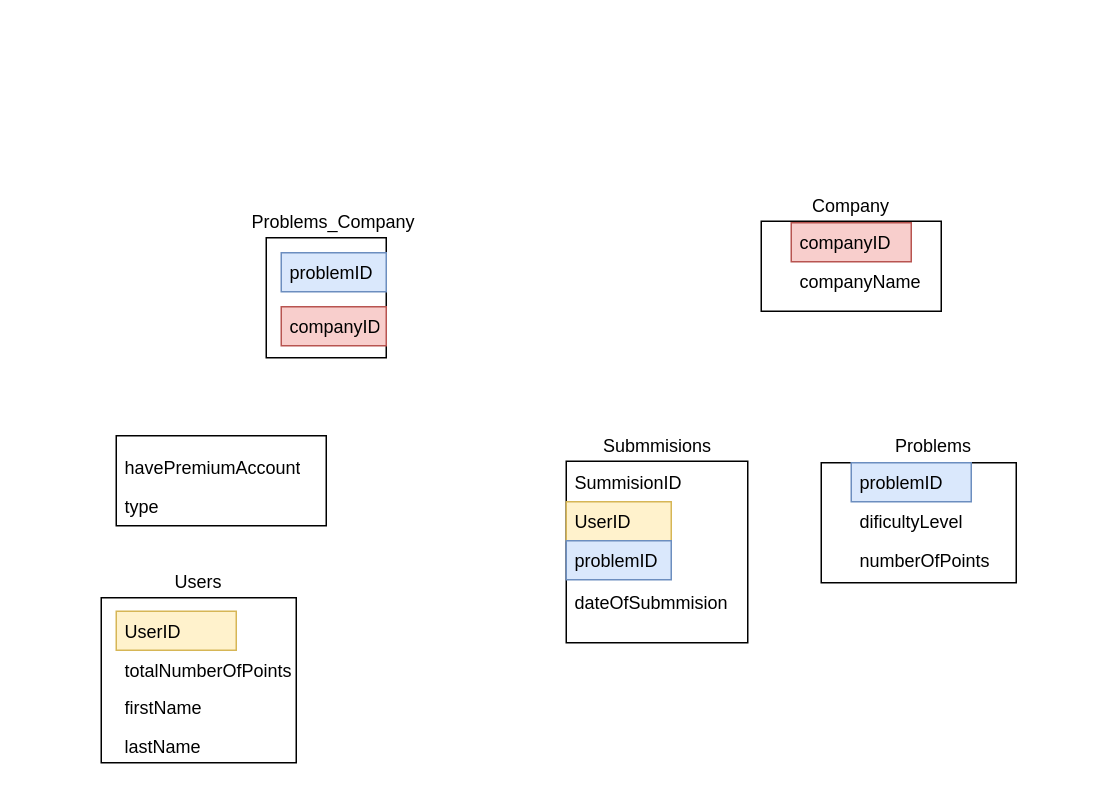
The draw.io diagram src/main/resources/db/Untitled Diagram.drawio in RazvanAndreescu/FinalProject, before the edit. Source tidied: cells renumbered, new cells numbered last; positions are measured from the earlier drawing's top-left corner, leaving out a move shared by most shapes. Both pictures are drawn from the tidied source at 150%, with x=0, y=0 at pixel (100, 190).
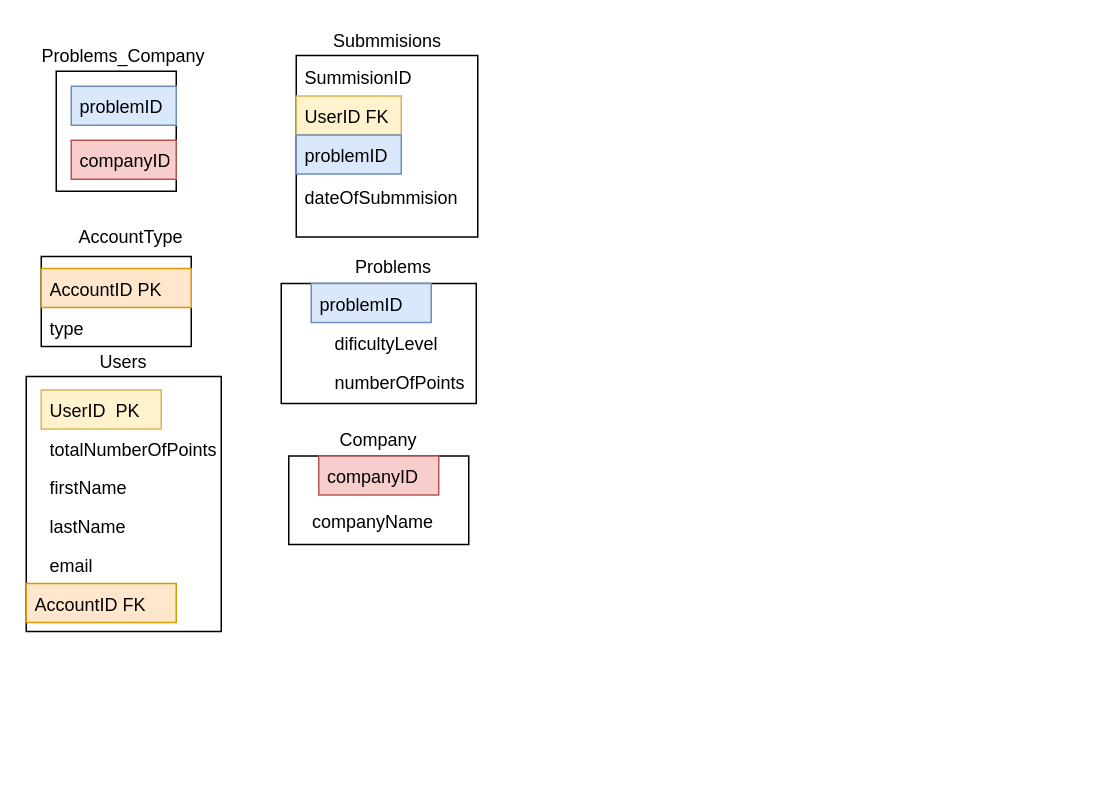
The same page after the edit.

The edit, as a diff of the source:
```diff
@@
     <mxCell id="2" style="rounded=0;whiteSpace=wrap;html=1;" parent="1" vertex="1">
-      <mxGeometry y="271" width="130" height="110" as="geometry" />
+      <mxGeometry x="-50" y="123.5" width="130" height="170" as="geometry" />
     </mxCell>
     <mxCell id="3" style="rounded=0;whiteSpace=wrap;html=1;" parent="1" vertex="1">
-      <mxGeometry x="480" y="181" width="130" height="80" as="geometry" />
+      <mxGeometry x="120" y="61.5" width="130" height="80" as="geometry" />
     </mxCell>
     <mxCell id="4" style="rounded=0;whiteSpace=wrap;html=1;" parent="1" vertex="1">
-      <mxGeometry x="440" y="20" width="120" height="60" as="geometry" />
+      <mxGeometry x="125" y="176.5" width="120" height="59" as="geometry" />
     </mxCell>
     <mxCell id="5" style="rounded=0;whiteSpace=wrap;html=1;" parent="1" vertex="1">
-      <mxGeometry x="10" y="163" width="140" height="60" as="geometry" />
+      <mxGeometry x="-40" y="43.5" width="100" height="60" as="geometry" />
     </mxCell>
     <mxCell id="6" style="whiteSpace=wrap;html=1;" parent="1" vertex="1">
-      <mxGeometry x="310" y="180" width="121" height="121" as="geometry" />
+      <mxGeometry x="130" y="-90.5" width="121" height="121" as="geometry" />
     </mxCell>
     <mxCell id="7" style="whiteSpace=wrap;html=1;" parent="1" vertex="1">
-      <mxGeometry x="110" y="31" width="80" height="80" as="geometry" />
+      <mxGeometry x="-30" y="-80" width="80" height="80" as="geometry" />
     </mxCell>
-    <mxCell id="8" value="havePremiumAccount" style="text;html=1;strokeColor=none;fillColor=none;align=left;verticalAlign=top;spacingLeft=4;spacingRight=4;whiteSpace=wrap;overflow=hidden;" parent="1" vertex="1">
-      <mxGeometry x="10" y="171" width="160" height="26" as="geometry" />
+    <mxCell id="8" value="AccountID PK" style="text;html=1;strokeColor=#d79b00;fillColor=#ffe6cc;align=left;verticalAlign=top;spacingLeft=4;spacingRight=4;whiteSpace=wrap;overflow=hidden;" parent="1" vertex="1">
+      <mxGeometry x="-40" y="51.5" width="100" height="26" as="geometry" />
     </mxCell>
     <mxCell id="9" value="type" style="text;html=1;strokeColor=none;fillColor=none;align=left;verticalAlign=top;spacingLeft=4;spacingRight=4;whiteSpace=wrap;overflow=hidden;" parent="1" vertex="1">
-      <mxGeometry x="10" y="197" width="160" height="26" as="geometry" />
+      <mxGeometry x="-40" y="77.5" width="160" height="26" as="geometry" />
     </mxCell>
     <mxCell id="10" value="totalNumberOfPoints" style="text;html=1;strokeColor=none;fillColor=none;align=left;verticalAlign=top;spacingLeft=4;spacingRight=4;whiteSpace=wrap;overflow=hidden;" parent="1" vertex="1">
-      <mxGeometry x="10" y="306" width="160" height="26" as="geometry" />
+      <mxGeometry x="-40" y="158.5" width="160" height="26" as="geometry" />
     </mxCell>
     <mxCell id="11" value="firstName" style="text;html=1;strokeColor=none;fillColor=none;align=left;verticalAlign=top;spacingLeft=4;spacingRight=4;whiteSpace=wrap;overflow=hidden;" parent="1" vertex="1">
-      <mxGeometry x="10" y="331" width="160" height="26" as="geometry" />
+      <mxGeometry x="-40" y="183.5" width="160" height="26" as="geometry" />
     </mxCell>
-    <mxCell id="12" value="UserID" style="text;html=1;strokeColor=#d6b656;fillColor=#fff2cc;align=left;verticalAlign=top;spacingLeft=4;spacingRight=4;whiteSpace=wrap;overflow=hidden;" parent="1" vertex="1">
-      <mxGeometry x="10" y="280" width="80" height="26" as="geometry" />
+    <mxCell id="12" value="UserID&amp;nbsp; PK" style="text;html=1;strokeColor=#d6b656;fillColor=#fff2cc;align=left;verticalAlign=top;spacingLeft=4;spacingRight=4;whiteSpace=wrap;overflow=hidden;" parent="1" vertex="1">
+      <mxGeometry x="-40" y="132.5" width="80" height="26" as="geometry" />
     </mxCell>
     <mxCell id="13" value="lastName" style="text;html=1;strokeColor=none;fillColor=none;align=left;verticalAlign=top;spacingLeft=4;spacingRight=4;whiteSpace=wrap;overflow=hidden;" parent="1" vertex="1">
-      <mxGeometry x="10" y="357" width="160" height="26" as="geometry" />
+      <mxGeometry x="-40" y="209.5" width="160" height="26" as="geometry" />
     </mxCell>
     <mxCell id="14" value="SummisionID" style="text;html=1;strokeColor=none;fillColor=none;align=left;verticalAlign=top;spacingLeft=4;spacingRight=4;whiteSpace=wrap;overflow=hidden;" parent="1" vertex="1">
-      <mxGeometry x="310" y="181" width="160" height="26" as="geometry" />
+      <mxGeometry x="130" y="-89.5" width="160" height="26" as="geometry" />
     </mxCell>
-    <mxCell id="15" value="UserID" style="text;html=1;strokeColor=#d6b656;fillColor=#fff2cc;align=left;verticalAlign=top;spacingLeft=4;spacingRight=4;whiteSpace=wrap;overflow=hidden;" parent="1" vertex="1">
-      <mxGeometry x="310" y="207" width="70" height="26" as="geometry" />
+    <mxCell id="15" value="UserID FK" style="text;html=1;strokeColor=#d6b656;fillColor=#fff2cc;align=left;verticalAlign=top;spacingLeft=4;spacingRight=4;whiteSpace=wrap;overflow=hidden;" parent="1" vertex="1">
+      <mxGeometry x="130" y="-63.5" width="70" height="26" as="geometry" />
     </mxCell>
     <mxCell id="16" value="problemID" style="text;html=1;strokeColor=#6c8ebf;fillColor=#dae8fc;align=left;verticalAlign=top;spacingLeft=4;spacingRight=4;whiteSpace=wrap;overflow=hidden;" parent="1" vertex="1">
-      <mxGeometry x="310" y="233" width="70" height="26" as="geometry" />
+      <mxGeometry x="130" y="-37.5" width="70" height="26" as="geometry" />
     </mxCell>
     <mxCell id="17" value="dateOfSubmmision" style="text;html=1;strokeColor=none;fillColor=none;align=left;verticalAlign=top;spacingLeft=4;spacingRight=4;whiteSpace=wrap;overflow=hidden;" parent="1" vertex="1">
-      <mxGeometry x="310" y="261" width="160" height="26" as="geometry" />
+      <mxGeometry x="130" y="-9.5" width="160" height="26" as="geometry" />
     </mxCell>
     <mxCell id="18" value="problemID" style="text;html=1;strokeColor=#6c8ebf;fillColor=#dae8fc;align=left;verticalAlign=top;spacingLeft=4;spacingRight=4;whiteSpace=wrap;overflow=hidden;" parent="1" vertex="1">
-      <mxGeometry x="500" y="181" width="80" height="26" as="geometry" />
+      <mxGeometry x="140" y="61.5" width="80" height="26" as="geometry" />
     </mxCell>
     <mxCell id="19" value="dificultyLevel" style="text;html=1;strokeColor=none;fillColor=none;align=left;verticalAlign=top;spacingLeft=4;spacingRight=4;whiteSpace=wrap;overflow=hidden;" parent="1" vertex="1">
-      <mxGeometry x="500" y="207" width="160" height="26" as="geometry" />
+      <mxGeometry x="150" y="87.5" width="160" height="26" as="geometry" />
     </mxCell>
     <mxCell id="20" value="numberOfPoints" style="text;html=1;strokeColor=none;fillColor=none;align=left;verticalAlign=top;spacingLeft=4;spacingRight=4;whiteSpace=wrap;overflow=hidden;" parent="1" vertex="1">
-      <mxGeometry x="500" y="233" width="160" height="26" as="geometry" />
+      <mxGeometry x="150" y="113.5" width="160" height="26" as="geometry" />
     </mxCell>
     <mxCell id="21" value="companyID" style="text;html=1;strokeColor=#b85450;fillColor=#f8cecc;align=left;verticalAlign=top;spacingLeft=4;spacingRight=4;whiteSpace=wrap;overflow=hidden;" parent="1" vertex="1">
-      <mxGeometry x="460" y="21" width="80" height="26" as="geometry" />
+      <mxGeometry x="145" y="176.5" width="80" height="26" as="geometry" />
     </mxCell>
     <mxCell id="22" value="companyName" style="text;html=1;strokeColor=none;fillColor=none;align=left;verticalAlign=top;spacingLeft=4;spacingRight=4;whiteSpace=wrap;overflow=hidden;" parent="1" vertex="1">
-      <mxGeometry x="460" y="47" width="160" height="26" as="geometry" />
+      <mxGeometry x="135" y="206.5" width="160" height="22" as="geometry" />
     </mxCell>
     <mxCell id="23" value="problemID" style="text;html=1;strokeColor=#6c8ebf;fillColor=#dae8fc;align=left;verticalAlign=top;spacingLeft=4;spacingRight=4;whiteSpace=wrap;overflow=hidden;" parent="1" vertex="1">
-      <mxGeometry x="120" y="41" width="70" height="26" as="geometry" />
+      <mxGeometry x="-20" y="-70" width="70" height="26" as="geometry" />
     </mxCell>
     <mxCell id="24" value="companyID" style="text;html=1;strokeColor=#b85450;fillColor=#f8cecc;align=left;verticalAlign=top;spacingLeft=4;spacingRight=4;whiteSpace=wrap;overflow=hidden;" parent="1" vertex="1">
-      <mxGeometry x="120" y="77" width="70" height="26" as="geometry" />
+      <mxGeometry x="-20" y="-34" width="70" height="26" as="geometry" />
     </mxCell>
     <mxCell id="25" value="Users" style="text;html=1;strokeColor=none;fillColor=none;align=center;verticalAlign=middle;whiteSpace=wrap;rounded=0;" parent="1" vertex="1">
-      <mxGeometry x="45" y="251" width="40" height="20" as="geometry" />
+      <mxGeometry x="-5" y="103.5" width="40" height="20" as="geometry" />
     </mxCell>
     <mxCell id="26" value="Submmisions" style="text;html=1;strokeColor=none;fillColor=none;align=center;verticalAlign=middle;whiteSpace=wrap;rounded=0;" parent="1" vertex="1">
-      <mxGeometry x="350.5" y="160" width="40" height="20" as="geometry" />
+      <mxGeometry x="170.5" y="-110.5" width="40" height="20" as="geometry" />
     </mxCell>
     <mxCell id="27" value="Company" style="text;html=1;strokeColor=none;fillColor=none;align=center;verticalAlign=middle;whiteSpace=wrap;rounded=0;" parent="1" vertex="1">
-      <mxGeometry x="480" width="40" height="20" as="geometry" />
+      <mxGeometry x="165" y="155.5" width="40" height="21" as="geometry" />
     </mxCell>
     <mxCell id="28" value="Problems" style="text;html=1;strokeColor=none;fillColor=none;align=center;verticalAlign=middle;whiteSpace=wrap;rounded=0;" parent="1" vertex="1">
-      <mxGeometry x="535" y="160" width="40" height="20" as="geometry" />
+      <mxGeometry x="175" y="40.5" width="40" height="20" as="geometry" />
     </mxCell>
     <mxCell id="29" value="Problems_Company" style="text;html=1;strokeColor=none;fillColor=none;align=center;verticalAlign=middle;whiteSpace=wrap;rounded=0;" parent="1" vertex="1">
-      <mxGeometry x="135" y="11" width="40" height="20" as="geometry" />
+      <mxGeometry x="-5" y="-100" width="40" height="20" as="geometry" />
     </mxCell>
+    <mxCell id="30" value="email" style="text;html=1;strokeColor=none;fillColor=none;align=left;verticalAlign=top;spacingLeft=4;spacingRight=4;whiteSpace=wrap;overflow=hidden;" parent="1" vertex="1">
+      <mxGeometry x="-40" y="235.5" width="100" height="26" as="geometry" />
+    </mxCell>
+    <mxCell id="31" value="AccountType" style="text;html=1;strokeColor=none;fillColor=none;align=center;verticalAlign=middle;whiteSpace=wrap;rounded=0;" parent="1" vertex="1">
+      <mxGeometry y="20.5" width="40" height="20" as="geometry" />
+    </mxCell>
+    <mxCell id="32" value="AccountID FK" style="text;html=1;strokeColor=#d79b00;fillColor=#ffe6cc;align=left;verticalAlign=top;spacingLeft=4;spacingRight=4;whiteSpace=wrap;overflow=hidden;" parent="1" vertex="1">
+      <mxGeometry x="-50" y="261.5" width="100" height="26" as="geometry" />
+    </mxCell>
```
